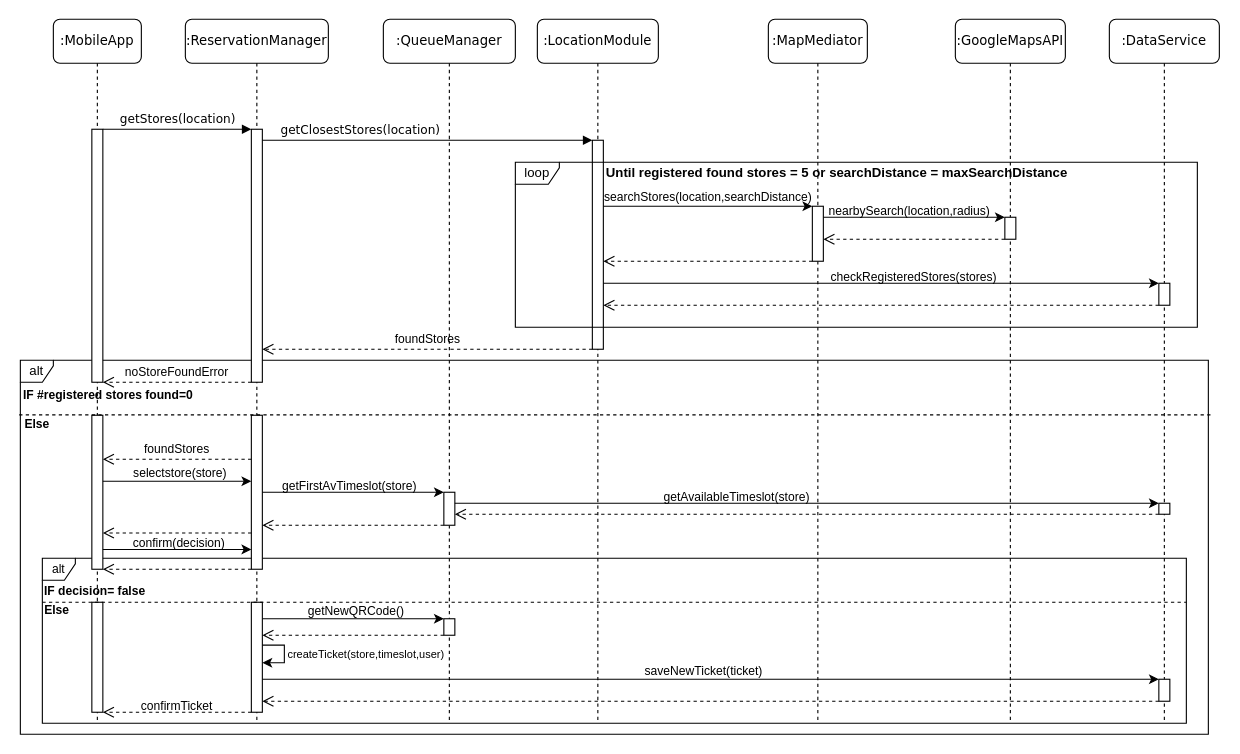
The draw.io diagram DD document/sequence Diagrams/bookTickSeq.drawio in EtionPinari/PinariRomeoSbrolli, before the edit. Source tidied: cells renumbered, new cells numbered last; positions are measured from the earlier drawing's top-left corner, leaving out a move shared by most shapes. Both pictures are drawn from the tidied source at 110%, with x=0, y=0 at pixel (20, 19).
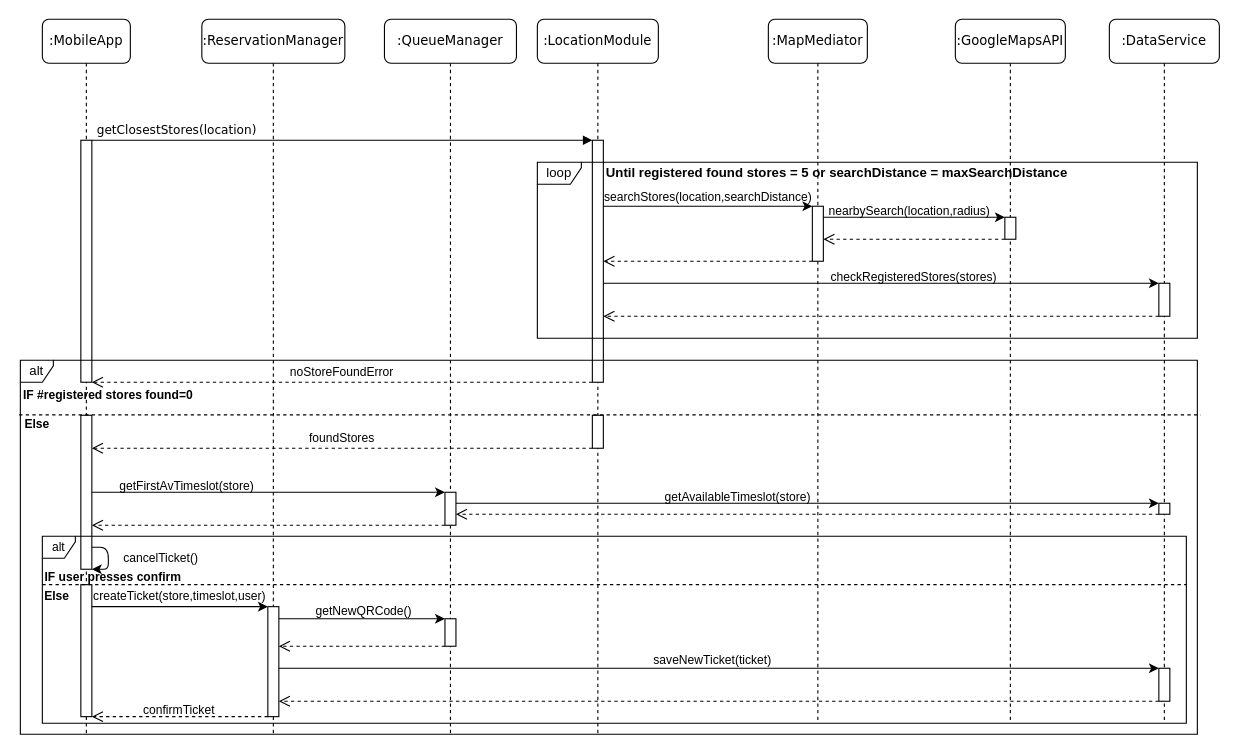
The same diagram, later.

Commit message (it also covers changes not shown here):
added Sequence Diagrams

The change refers to these unchanged cells:
```xml
<mxCell id="11" style="html=1;points=[];perimeter=orthogonalPerimeter;rounded=0;shadow=0;comic=0;labelBackgroundColor=none;strokeWidth=1;fontFamily=Verdana;fontSize=12;align=center;" parent="10" vertex="1">
  <mxGeometry x="55" y="430" width="10" height="30" as="geometry" />
</mxCell>
<mxCell id="19" value=":DataService" style="shape=umlLifeline;perimeter=lifelinePerimeter;whiteSpace=wrap;html=1;rounded=1;shadow=0;comic=0;labelBackgroundColor=none;strokeWidth=1;fontFamily=Verdana;fontSize=12;align=center;" parent="1" vertex="1">
  <mxGeometry x="990" width="100" height="640" as="geometry" />
</mxCell>
<mxCell id="24" style="html=1;points=[];perimeter=orthogonalPerimeter;rounded=0;shadow=0;comic=0;labelBackgroundColor=none;strokeWidth=1;fontFamily=Verdana;fontSize=12;align=center;" parent="22" vertex="1">
  <mxGeometry x="35" y="360" width="10" height="140" as="geometry" />
</mxCell>
```

Diff of the diagram source:
```diff
@@
-    <mxCell id="2" value="alt" style="shape=umlFrame;whiteSpace=wrap;html=1;labelBackgroundColor=none;fontSize=11;width=30;height=20;" parent="1" vertex="1">
-      <mxGeometry x="20" y="490" width="1040" height="150" as="geometry" />
-    </mxCell>
-    <mxCell id="3" value="alt" style="shape=umlFrame;whiteSpace=wrap;html=1;labelBackgroundColor=none;width=30;height=20;" parent="1" vertex="1">
-      <mxGeometry y="310" width="1080" height="340" as="geometry" />
-    </mxCell>
     <mxCell id="4" value=":ReservationManager" style="shape=umlLifeline;perimeter=lifelinePerimeter;whiteSpace=wrap;html=1;rounded=1;shadow=0;comic=0;labelBackgroundColor=none;strokeWidth=1;fontFamily=Verdana;fontSize=12;align=center;" parent="1" vertex="1">
-      <mxGeometry x="150" width="130" height="640" as="geometry" />
+      <mxGeometry x="165" width="130" height="650" as="geometry" />
     </mxCell>
-    <mxCell id="5" style="html=1;points=[];perimeter=orthogonalPerimeter;rounded=0;shadow=0;comic=0;labelBackgroundColor=none;strokeWidth=1;fontFamily=Verdana;fontSize=12;align=center;" parent="4" vertex="1">
-      <mxGeometry x="60" y="100" width="10" height="230" as="geometry" />
-    </mxCell>
-    <mxCell id="6" style="html=1;points=[];perimeter=orthogonalPerimeter;rounded=0;shadow=0;comic=0;labelBackgroundColor=none;strokeWidth=1;fontFamily=Verdana;fontSize=12;align=center;" parent="4" vertex="1">
-      <mxGeometry x="60" y="360" width="10" height="140" as="geometry" />
-    </mxCell>
     <mxCell id="7" style="html=1;points=[];perimeter=orthogonalPerimeter;rounded=0;shadow=0;comic=0;labelBackgroundColor=none;strokeWidth=1;fontFamily=Verdana;fontSize=12;align=center;" parent="4" vertex="1">
-      <mxGeometry x="60" y="530" width="10" height="100" as="geometry" />
+      <mxGeometry x="60" y="534" width="10" height="100" as="geometry" />
     </mxCell>
-    <mxCell id="8" style="edgeStyle=orthogonalEdgeStyle;rounded=0;orthogonalLoop=1;jettySize=auto;html=1;fontSize=11;" parent="4" edge="1" source="7" target="7">
-      <mxGeometry relative="1" as="geometry">
-        <Array as="points">
-          <mxPoint x="90" y="569" />
-          <mxPoint x="90" y="585" />
-        </Array>
-      </mxGeometry>
-    </mxCell>
-    <mxCell id="9" value="createTicket(store,timeslot,user)" style="edgeLabel;html=1;align=center;verticalAlign=middle;fontSize=10;labelBackgroundColor=none;" parent="8" vertex="1">
-      <mxGeometry x="0.23" relative="1" as="geometry">
-        <mxPoint x="73" y="-6.3" as="offset" />
-      </mxGeometry>
-    </mxCell>
     <mxCell id="10" value=":QueueManager" style="shape=umlLifeline;perimeter=lifelinePerimeter;whiteSpace=wrap;html=1;rounded=1;shadow=0;comic=0;labelBackgroundColor=none;strokeWidth=1;fontFamily=Verdana;fontSize=12;align=center;" parent="1" vertex="1">
-      <mxGeometry x="330" width="120" height="640" as="geometry" />
+      <mxGeometry x="331" width="120" height="650" as="geometry" />
     </mxCell>
@@
     <mxCell id="12" style="html=1;points=[];perimeter=orthogonalPerimeter;rounded=0;shadow=0;comic=0;labelBackgroundColor=none;strokeWidth=1;fontFamily=Verdana;fontSize=12;align=center;" parent="10" vertex="1">
-      <mxGeometry x="55" y="545" width="10" height="15" as="geometry" />
+      <mxGeometry x="55" y="545" width="10" height="25" as="geometry" />
     </mxCell>
     <mxCell id="13" value=":LocationModule" style="shape=umlLifeline;perimeter=lifelinePerimeter;whiteSpace=wrap;html=1;rounded=1;shadow=0;comic=0;labelBackgroundColor=none;strokeWidth=1;fontFamily=Verdana;fontSize=12;align=center;" parent="1" vertex="1">
-      <mxGeometry x="470" width="110" height="640" as="geometry" />
+      <mxGeometry x="470" width="110" height="650" as="geometry" />
     </mxCell>
     <mxCell id="14" style="html=1;points=[];perimeter=orthogonalPerimeter;rounded=0;shadow=0;comic=0;labelBackgroundColor=none;strokeWidth=1;fontFamily=Verdana;fontSize=12;align=center;" parent="13" vertex="1">
-      <mxGeometry x="50" y="110" width="10" height="190" as="geometry" />
+      <mxGeometry x="50" y="110" width="10" height="220" as="geometry" />
     </mxCell>
+    <mxCell id="69" style="html=1;points=[];perimeter=orthogonalPerimeter;rounded=0;shadow=0;comic=0;labelBackgroundColor=none;strokeWidth=1;fontFamily=Verdana;fontSize=12;align=center;" parent="13" vertex="1">
+      <mxGeometry x="50" y="360" width="10" height="30" as="geometry" />
+    </mxCell>
@@
     <mxCell id="20" style="html=1;points=[];perimeter=orthogonalPerimeter;rounded=0;shadow=0;comic=0;labelBackgroundColor=none;strokeWidth=1;fontFamily=Verdana;fontSize=12;align=center;" parent="19" vertex="1">
-      <mxGeometry x="45" y="240" width="10" height="20" as="geometry" />
+      <mxGeometry x="45" y="240" width="10" height="30" as="geometry" />
     </mxCell>
@@
     <mxCell id="22" value=":MobileApp" style="shape=umlLifeline;perimeter=lifelinePerimeter;whiteSpace=wrap;html=1;rounded=1;shadow=0;comic=0;labelBackgroundColor=none;strokeWidth=1;fontFamily=Verdana;fontSize=12;align=center;" parent="1" vertex="1">
-      <mxGeometry x="30" width="80" height="640" as="geometry" />
+      <mxGeometry x="20" width="80" height="650" as="geometry" />
     </mxCell>
     <mxCell id="23" style="html=1;points=[];perimeter=orthogonalPerimeter;rounded=0;shadow=0;comic=0;labelBackgroundColor=none;strokeWidth=1;fontFamily=Verdana;fontSize=12;align=center;" parent="22" vertex="1">
-      <mxGeometry x="35" y="100" width="10" height="230" as="geometry" />
+      <mxGeometry x="35" y="110" width="10" height="220" as="geometry" />
     </mxCell>
@@
     <mxCell id="25" style="html=1;points=[];perimeter=orthogonalPerimeter;rounded=0;shadow=0;comic=0;labelBackgroundColor=none;strokeWidth=1;fontFamily=Verdana;fontSize=12;align=center;" parent="22" vertex="1">
-      <mxGeometry x="35" y="530" width="10" height="100" as="geometry" />
+      <mxGeometry x="35" y="514" width="10" height="120" as="geometry" />
     </mxCell>
-    <mxCell id="26" value="getStores(location)" style="html=1;verticalAlign=bottom;endArrow=block;entryX=0;entryY=0;labelBackgroundColor=none;fontFamily=Verdana;fontSize=11;edgeStyle=elbowEdgeStyle;elbow=vertical;" parent="1" edge="1" source="23" target="5">
-      <mxGeometry relative="1" as="geometry" />
-    </mxCell>
+    <mxCell id="70" style="endArrow=classic;html=1;" parent="22" edge="1">
+      <mxGeometry relative="1" as="geometry">
+        <mxPoint x="45" y="480" as="sourcePoint" />
+        <mxPoint x="45" y="500" as="targetPoint" />
+        <Array as="points">
+          <mxPoint x="60" y="480" />
+          <mxPoint x="60" y="500" />
+        </Array>
+      </mxGeometry>
+    </mxCell>
-    <mxCell id="27" value="getClosestStores(location)" style="html=1;verticalAlign=bottom;endArrow=block;labelBackgroundColor=none;fontFamily=Verdana;fontSize=11;edgeStyle=elbowEdgeStyle;elbow=vertical;" parent="1" edge="1" source="5" target="14">
-      <mxGeometry x="-0.41" relative="1" as="geometry">
+    <mxCell id="27" value="getClosestStores(location)" style="html=1;verticalAlign=bottom;endArrow=block;labelBackgroundColor=none;fontFamily=Verdana;fontSize=11;edgeStyle=elbowEdgeStyle;elbow=vertical;" parent="1" edge="1" source="23" target="14">
+      <mxGeometry x="-0.66" relative="1" as="geometry">
         <Array as="points">
           <mxPoint x="493" y="110" />
           <mxPoint x="643" y="120" />
         </Array>
       </mxGeometry>
     </mxCell>
@@
-    <mxCell id="37" style="html=1;verticalAlign=bottom;endArrow=open;dashed=1;endSize=8;" parent="1" edge="1" source="20" target="14">
+    <mxCell id="37" style="html=1;verticalAlign=bottom;endArrow=open;dashed=1;endSize=8;" parent="1" edge="1">
       <mxGeometry relative="1" as="geometry">
+        <mxPoint x="1035" y="270" as="sourcePoint" />
+        <mxPoint x="530" y="270" as="targetPoint" />
         <Array as="points">
-          <mxPoint x="690" y="260" />
+          <mxPoint x="870" y="270" />
+          <mxPoint x="810" y="270" />
+          <mxPoint x="690" y="270" />
         </Array>
       </mxGeometry>
     </mxCell>
@@
-    <mxCell id="39" value="foundStores" style="html=1;verticalAlign=bottom;endArrow=open;dashed=1;endSize=8;fontSize=11;labelBackgroundColor=none;" parent="1" edge="1" source="14" target="5">
-      <mxGeometry relative="1" as="geometry">
-        <Array as="points">
-          <mxPoint x="460" y="300" />
-        </Array>
-      </mxGeometry>
-    </mxCell>
-    <mxCell id="40" value="noStoreFoundError" style="html=1;verticalAlign=bottom;endArrow=open;dashed=1;endSize=8;fontSize=11;labelBackgroundColor=none;" parent="1" edge="1" source="5" target="23">
+    <mxCell id="40" value="noStoreFoundError" style="html=1;verticalAlign=bottom;endArrow=open;dashed=1;endSize=8;fontSize=11;labelBackgroundColor=none;" parent="1" edge="1" source="14" target="23">
       <mxGeometry relative="1" as="geometry">
         <Array as="points">
           <mxPoint x="150" y="330" />
         </Array>
       </mxGeometry>
     </mxCell>
@@
-    <mxCell id="43" value="foundStores" style="html=1;verticalAlign=bottom;endArrow=open;dashed=1;endSize=8;fontSize=11;labelBackgroundColor=none;" parent="1" edge="1" source="6" target="24">
+    <mxCell id="43" value="foundStores" style="html=1;verticalAlign=bottom;endArrow=open;dashed=1;endSize=8;fontSize=11;labelBackgroundColor=none;" parent="1" edge="1" source="69" target="24">
       <mxGeometry relative="1" as="geometry">
         <Array as="points">
-          <mxPoint x="140" y="400" />
+          <mxPoint x="330" y="390" />
+          <mxPoint x="150" y="390" />
         </Array>
       </mxGeometry>
     </mxCell>
-    <mxCell id="44" style="edgeStyle=orthogonalEdgeStyle;rounded=0;jettySize=auto;html=1;fontSize=11;" parent="1" edge="1" source="24">
-      <mxGeometry relative="1" as="geometry">
-        <mxPoint x="210" y="420" as="targetPoint" />
-        <Array as="points">
-          <mxPoint x="140" y="420" />
-          <mxPoint x="140" y="420" />
-        </Array>
-      </mxGeometry>
-    </mxCell>
-    <mxCell id="45" value="selectstore(store)" style="edgeLabel;html=1;align=center;verticalAlign=middle;fontSize=11;labelBackgroundColor=none;" parent="44" vertex="1">
-      <mxGeometry x="0.09" relative="1" as="geometry">
-        <mxPoint x="-4.3" y="-8" as="offset" />
-      </mxGeometry>
-    </mxCell>
-    <mxCell id="46" style="edgeStyle=orthogonalEdgeStyle;rounded=0;jettySize=auto;html=1;fontSize=11;" parent="1" edge="1" target="11">
+    <mxCell id="46" style="edgeStyle=orthogonalEdgeStyle;rounded=0;jettySize=auto;html=1;fontSize=11;" parent="1" edge="1" source="24" target="11">
       <mxGeometry relative="1" as="geometry">
-        <mxPoint x="220" y="430" as="sourcePoint" />
         <Array as="points">
           <mxPoint x="310" y="430" />
           <mxPoint x="310" y="430" />
         </Array>
       </mxGeometry>
     </mxCell>
     <mxCell id="47" value="getFirstAvTimeslot(store)" style="edgeLabel;html=1;align=center;verticalAlign=middle;fontSize=11;labelBackgroundColor=none;" parent="46" vertex="1">
       <mxGeometry x="0.13" y="-1" relative="1" as="geometry">
-        <mxPoint x="-14.1" y="-8" as="offset" />
+        <mxPoint x="-95.8" y="-8" as="offset" />
       </mxGeometry>
     </mxCell>
-    <mxCell id="48" style="html=1;verticalAlign=bottom;endArrow=open;dashed=1;endSize=8;fontSize=11;" parent="1" edge="1" source="11" target="6">
+    <mxCell id="48" style="html=1;verticalAlign=bottom;endArrow=open;dashed=1;endSize=8;fontSize=11;" parent="1" edge="1" source="11" target="24">
       <mxGeometry relative="1" as="geometry">
         <Array as="points">
           <mxPoint x="315" y="460" />
         </Array>
       </mxGeometry>
     </mxCell>
-    <mxCell id="49" style="html=1;verticalAlign=bottom;endArrow=open;dashed=1;endSize=8;fontSize=11;" parent="1" edge="1">
-      <mxGeometry relative="1" as="geometry">
-        <mxPoint x="210" y="467" as="sourcePoint" />
-        <mxPoint x="75" y="467" as="targetPoint" />
-        <Array as="points">
-          <mxPoint x="175" y="467" />
-        </Array>
-      </mxGeometry>
-    </mxCell>
-    <mxCell id="50" style="edgeStyle=orthogonalEdgeStyle;rounded=0;orthogonalLoop=1;jettySize=auto;html=1;fontSize=11;" parent="1" edge="1">
-      <mxGeometry relative="1" as="geometry">
-        <mxPoint x="75" y="482" as="sourcePoint" />
-        <mxPoint x="210" y="482" as="targetPoint" />
-        <Array as="points">
-          <mxPoint x="150" y="482" />
-          <mxPoint x="150" y="482" />
-        </Array>
-      </mxGeometry>
-    </mxCell>
-    <mxCell id="51" value="confirm(decision)" style="edgeLabel;html=1;align=center;verticalAlign=middle;fontSize=11;labelBackgroundColor=none;" parent="50" vertex="1">
-      <mxGeometry x="0.1" y="2" relative="1" as="geometry">
-        <mxPoint x="-5.3" y="-5" as="offset" />
-      </mxGeometry>
-    </mxCell>
-    <mxCell id="52" value="IF decision= false" style="text;html=1;strokeColor=none;fillColor=none;align=center;verticalAlign=middle;whiteSpace=wrap;rounded=0;labelBackgroundColor=none;fontStyle=1;fontSize=11;" parent="1" vertex="1">
-      <mxGeometry x="19" y="513" width="98" height="13" as="geometry" />
+    <mxCell id="52" value="IF user presses confirm" style="text;html=1;strokeColor=none;fillColor=none;align=center;verticalAlign=middle;whiteSpace=wrap;rounded=0;labelBackgroundColor=none;fontStyle=1;fontSize=11;" parent="1" vertex="1">
+      <mxGeometry x="19" y="500" width="131" height="13" as="geometry" />
     </mxCell>
-    <mxCell id="53" style="html=1;verticalAlign=bottom;endArrow=open;dashed=1;endSize=8;fontSize=11;" parent="1" edge="1">
-      <mxGeometry relative="1" as="geometry">
-        <mxPoint x="210" y="500" as="sourcePoint" />
-        <mxPoint x="75" y="500" as="targetPoint" />
-        <Array as="points">
-          <mxPoint x="175" y="500" />
-        </Array>
-      </mxGeometry>
-    </mxCell>
-    <mxCell id="54" style="endArrow=none;dashed=1;html=1;fontSize=11;exitX=0;exitY=0;exitDx=0;exitDy=0;" parent="1" edge="1" source="55">
+    <mxCell id="54" style="endArrow=none;dashed=1;html=1;fontSize=11;exitX=0;exitY=0;exitDx=0;exitDy=0;" parent="1" edge="1">
       <mxGeometry relative="1" as="geometry">
-        <mxPoint x="1060" y="530" as="targetPoint" />
+        <mxPoint x="20" y="514" as="sourcePoint" />
+        <mxPoint x="1060" y="514" as="targetPoint" />
       </mxGeometry>
     </mxCell>
     <mxCell id="55" value="Else" style="text;html=1;strokeColor=none;fillColor=none;align=center;verticalAlign=middle;whiteSpace=wrap;rounded=0;labelBackgroundColor=none;fontStyle=1;fontSize=11;" parent="1" vertex="1">
-      <mxGeometry x="20" y="530" width="27" height="13" as="geometry" />
+      <mxGeometry x="20" y="517" width="27" height="13" as="geometry" />
     </mxCell>
@@
     <mxCell id="58" style="html=1;verticalAlign=bottom;endArrow=open;dashed=1;endSize=8;fontSize=11;" parent="1" edge="1" source="12" target="7">
       <mxGeometry relative="1" as="geometry">
         <Array as="points">
-          <mxPoint x="340" y="560" />
+          <mxPoint x="340" y="570" />
         </Array>
       </mxGeometry>
     </mxCell>
     <mxCell id="59" style="html=1;points=[];perimeter=orthogonalPerimeter;rounded=0;shadow=0;comic=0;labelBackgroundColor=none;strokeWidth=1;fontFamily=Verdana;fontSize=12;align=center;" parent="1" vertex="1">
-      <mxGeometry x="1035" y="600" width="10" height="20" as="geometry" />
+      <mxGeometry x="1035" y="590" width="10" height="30" as="geometry" />
     </mxCell>
     <mxCell id="60" style="edgeStyle=orthogonalEdgeStyle;rounded=0;jettySize=auto;html=1;fontSize=10;" parent="1" edge="1" source="7" target="59">
       <mxGeometry relative="1" as="geometry">
         <Array as="points">
-          <mxPoint x="430" y="600" />
-          <mxPoint x="430" y="600" />
+          <mxPoint x="640" y="590" />
+          <mxPoint x="640" y="590" />
         </Array>
       </mxGeometry>
     </mxCell>
@@
     <mxCell id="63" style="html=1;verticalAlign=bottom;endArrow=open;dashed=1;endSize=8;fontSize=11;" parent="1" edge="1" source="7" target="25">
       <mxGeometry relative="1" as="geometry">
         <Array as="points">
-          <mxPoint x="180" y="630" />
+          <mxPoint x="180" y="634" />
         </Array>
       </mxGeometry>
     </mxCell>
@@
+    <mxCell id="71" value="&lt;font style=&quot;font-size: 11px&quot;&gt;cancelTicket()&lt;/font&gt;" style="text;html=1;strokeColor=none;fillColor=none;align=center;verticalAlign=middle;whiteSpace=wrap;rounded=0;" parent="1" vertex="1">
+      <mxGeometry x="93" y="480" width="70" height="20" as="geometry" />
+    </mxCell>
+    <mxCell id="72" style="endArrow=classic;html=1;" parent="1" edge="1" source="25" target="7">
+      <mxGeometry relative="1" as="geometry">
+        <Array as="points">
+          <mxPoint x="140" y="534" />
+        </Array>
+      </mxGeometry>
+    </mxCell>
+    <mxCell id="9" value="&lt;font style=&quot;font-size: 11px&quot;&gt;createTicket(store,timeslot,user)&lt;/font&gt;" style="text;html=1;strokeColor=none;fillColor=none;align=center;verticalAlign=middle;whiteSpace=wrap;rounded=0;" parent="1" vertex="1">
+      <mxGeometry x="75" y="520" width="140" height="7" as="geometry" />
+    </mxCell>
+    <mxCell id="2" value="alt" style="shape=umlFrame;whiteSpace=wrap;html=1;labelBackgroundColor=none;fontSize=11;width=30;height=20;" parent="1" vertex="1">
+      <mxGeometry x="20" y="470" width="1040" height="170" as="geometry" />
+    </mxCell>
+    <mxCell id="3" value="alt" style="shape=umlFrame;whiteSpace=wrap;html=1;labelBackgroundColor=none;width=30;height=20;" parent="1" vertex="1">
+      <mxGeometry y="310" width="1070" height="340" as="geometry" />
+    </mxCell>
     <mxCell id="68" value="loop" style="shape=umlFrame;whiteSpace=wrap;html=1;fontSize=12;width=40;height=20;" parent="1" vertex="1">
-      <mxGeometry x="450" y="130" width="620" height="150" as="geometry" />
+      <mxGeometry x="470" y="130" width="600" height="160" as="geometry" />
     </mxCell>
```
